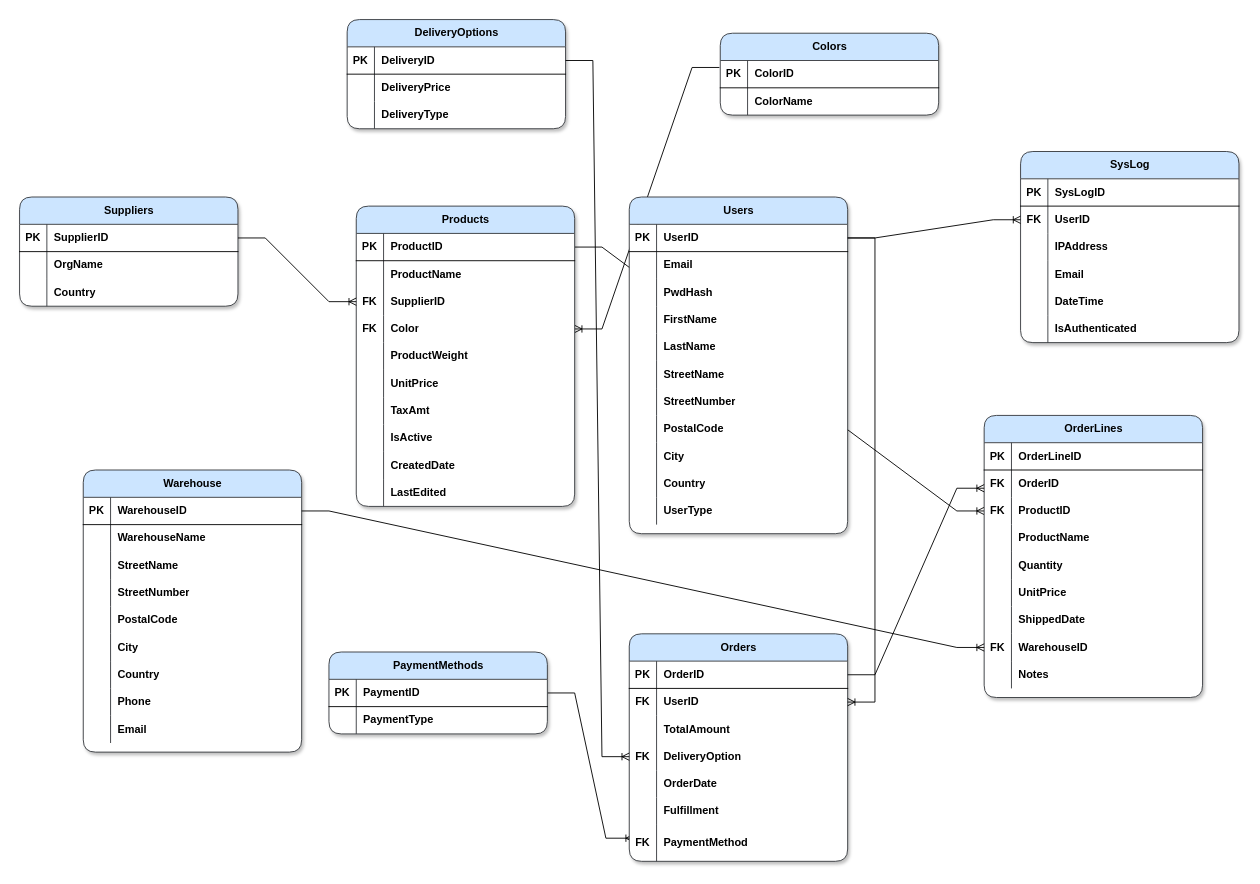
Battl3Junk1e/SQLDatabase keeps this draw.io diagram as ER-Diagram.drawio. Above is the earlier version. Source tidied: cells renumbered, new cells numbered last; positions are measured from the earlier drawing's top-left corner, leaving out a move shared by most shapes. Both pictures are drawn from the tidied source at 91%, with x=0, y=0 at pixel (19, 19).
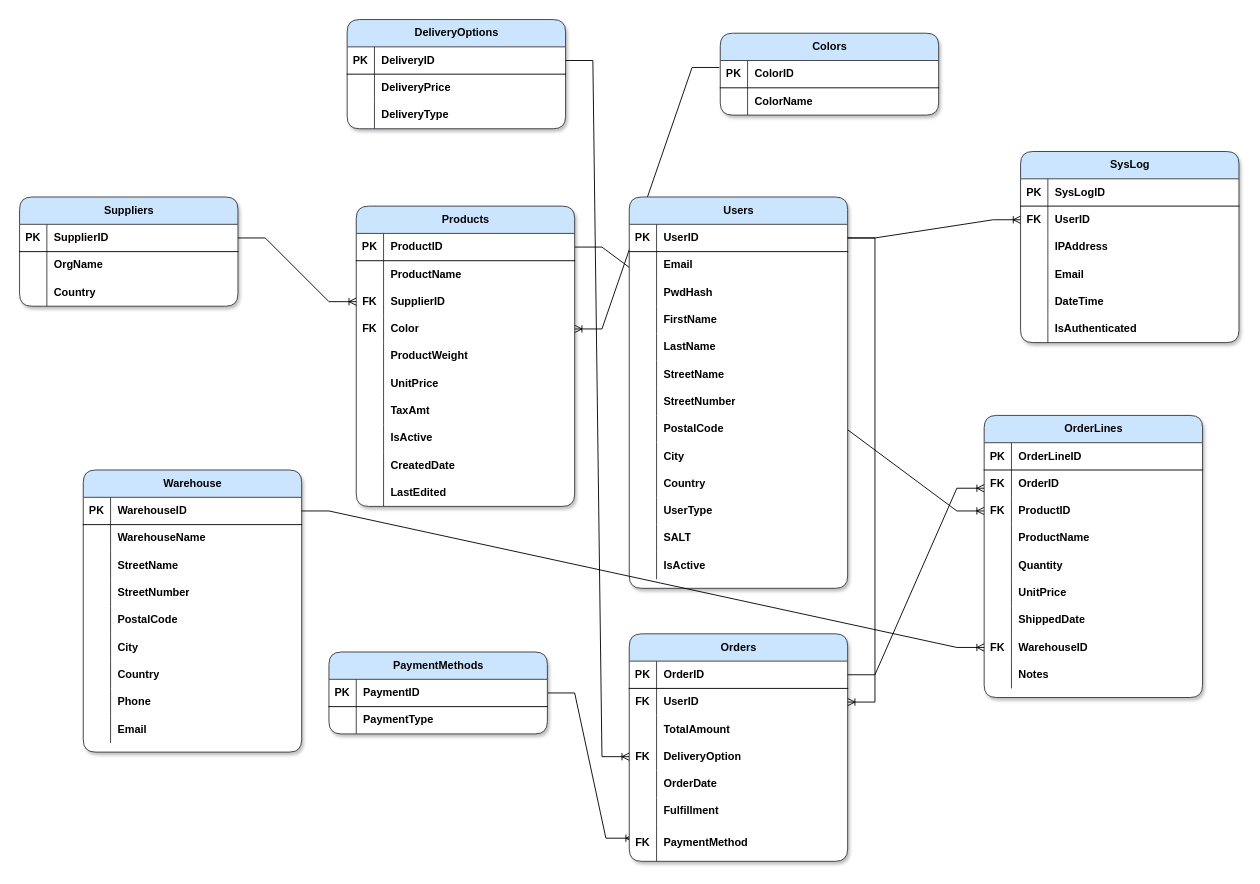
The same diagram, later.

Commit message:
added to users table

Diff of the diagram source:
```diff
@@
     <mxCell id="5" value="Users" style="shape=table;startSize=30;childLayout=tableLayout;rowLines=0;fontStyle=1;align=center;html=1;fillColor=#cce5ff;strokeColor=#36393d;gradientColor=none;swimlaneFillColor=default;rounded=1;shadow=1;fontFamily=Helvetica;" parent="1" vertex="1">
-      <mxGeometry x="670" y="195" width="240" height="370" as="geometry" />
+      <mxGeometry x="670" y="195" width="240" height="430" as="geometry" />
     </mxCell>
@@
+    <mxCell id="207" style="shape=tableRow;horizontal=0;startSize=0;swimlaneHead=0;swimlaneBody=0;fillColor=none;top=0;left=0;right=0;bottom=0;" parent="5" vertex="1">
+      <mxGeometry y="360" width="240" height="30" as="geometry" />
+    </mxCell>
+    <mxCell id="208" style="shape=partialRectangle;fillColor=none;top=0;left=0;bottom=0;right=0;overflow=hidden;whiteSpace=wrap;html=1;fontStyle=1;" parent="207" vertex="1">
+      <mxGeometry width="30" height="30" as="geometry" />
+    </mxCell>
+    <mxCell id="209" value="SALT" style="shape=partialRectangle;fillColor=none;top=0;left=0;bottom=0;right=0;align=left;spacingLeft=6;overflow=hidden;whiteSpace=wrap;html=1;fontStyle=1;" parent="207" vertex="1">
+      <mxGeometry x="30" width="210" height="30" as="geometry" />
+    </mxCell>
+    <mxCell id="210" style="shape=tableRow;horizontal=0;startSize=0;swimlaneHead=0;swimlaneBody=0;fillColor=none;top=0;left=0;right=0;bottom=0;" parent="5" vertex="1">
+      <mxGeometry y="390" width="240" height="30" as="geometry" />
+    </mxCell>
+    <mxCell id="211" style="shape=partialRectangle;fillColor=none;top=0;left=0;bottom=0;right=0;overflow=hidden;whiteSpace=wrap;html=1;fontStyle=1;" parent="210" vertex="1">
+      <mxGeometry width="30" height="30" as="geometry" />
+    </mxCell>
+    <mxCell id="212" value="IsActive" style="shape=partialRectangle;fillColor=none;top=0;left=0;bottom=0;right=0;align=left;spacingLeft=6;overflow=hidden;whiteSpace=wrap;html=1;fontStyle=1;" parent="210" vertex="1">
+      <mxGeometry x="30" width="210" height="30" as="geometry" />
+    </mxCell>
```
